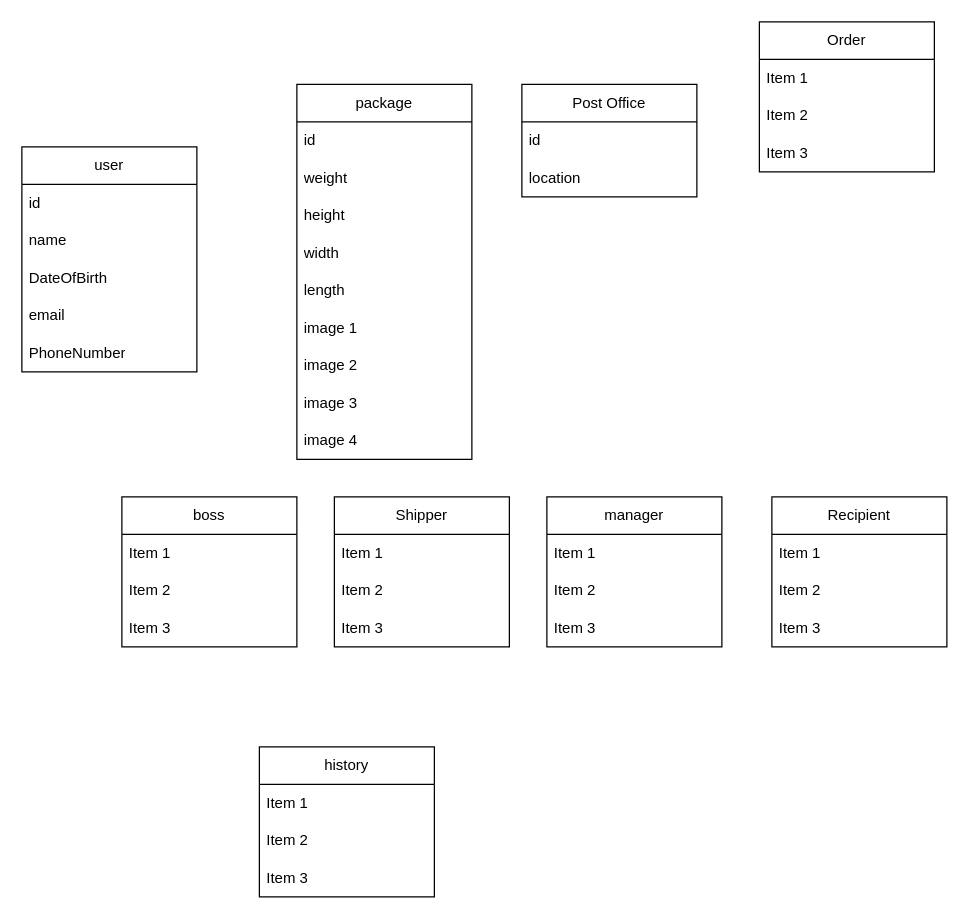
Earlier version of the draw.io diagram Class.drawio (tienyasuo729/PRJ_group_3_project). Source tidied: cells renumbered, new cells numbered last; positions are measured from the earlier drawing's top-left corner, leaving out a move shared by most shapes. Both pictures are drawn from the tidied source at 125%, with x=0, y=0 at pixel (21, 21).
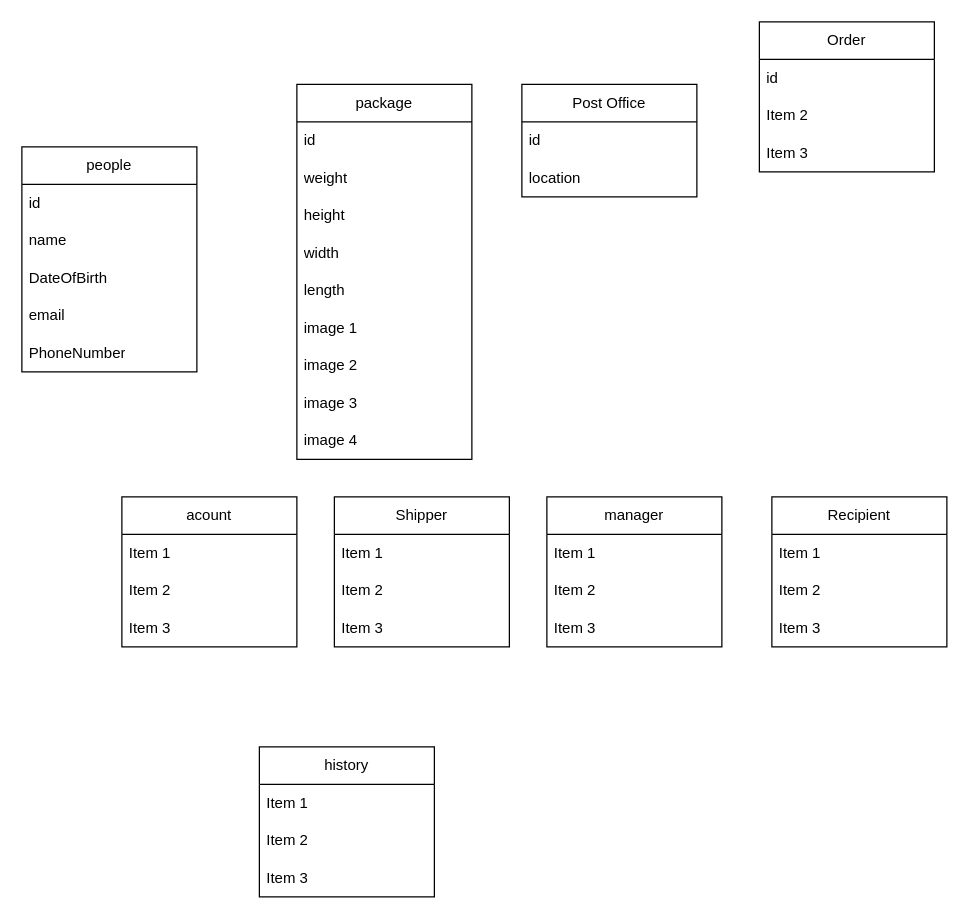
After the change.

Unchanged cells that the change refers to:
```xml
<mxCell id="33" value="Order" style="swimlane;fontStyle=0;horizontal=1;startSize=30;whiteSpace=wrap;html=1;" parent="1" vertex="1">
  <mxGeometry x="590" width="140" height="120" as="geometry" />
</mxCell>
```

What changed in the source:
```diff
@@
-    <mxCell id="2" value="user" style="swimlane;fontStyle=0;horizontal=1;startSize=30;whiteSpace=wrap;html=1;" parent="1" vertex="1">
+    <mxCell id="2" value="people" style="swimlane;fontStyle=0;horizontal=1;startSize=30;whiteSpace=wrap;html=1;" parent="1" vertex="1">
       <mxGeometry y="100" width="140" height="180" as="geometry" />
     </mxCell>
@@
-    <mxCell id="25" value="boss" style="swimlane;fontStyle=0;horizontal=1;startSize=30;whiteSpace=wrap;html=1;" parent="1" vertex="1">
+    <mxCell id="25" value="acount" style="swimlane;fontStyle=0;horizontal=1;startSize=30;whiteSpace=wrap;html=1;" parent="1" vertex="1">
       <mxGeometry x="80" y="380" width="140" height="120" as="geometry" />
     </mxCell>
@@
-    <mxCell id="34" value="Item 1" style="text;strokeColor=none;fillColor=none;align=left;verticalAlign=middle;spacingLeft=4;spacingRight=4;overflow=hidden;whiteSpace=wrap;html=1;" parent="33" vertex="1">
+    <mxCell id="34" value="id" style="text;strokeColor=none;fillColor=none;align=left;verticalAlign=middle;spacingLeft=4;spacingRight=4;overflow=hidden;whiteSpace=wrap;html=1;" parent="33" vertex="1">
       <mxGeometry y="30" width="140" height="30" as="geometry" />
     </mxCell>
```
